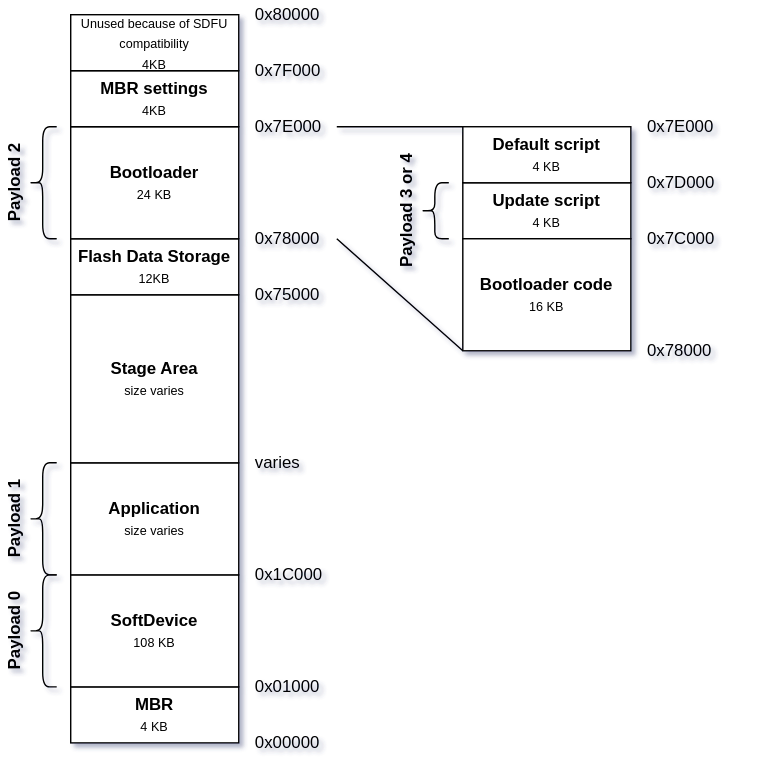
Before: nolobolo_s113_map.svg, a diagram exported from draw.io (doki-nordic/draw.io). Source tidied: cells renumbered, new cells last; positions are measured from the earlier drawing's top-left corner, leaving out a move shared by most shapes.
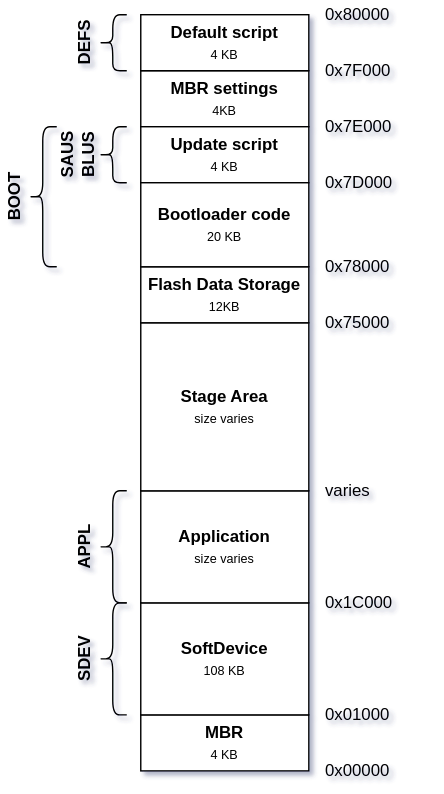
The same file after the commit.

What changed in the source:
```diff
@@ -17,11 +17,8 @@
     <mxCell id="6" value="&lt;b&gt;Flash Data Storage&lt;/b&gt;&lt;br&gt;&lt;font style=&quot;font-size: 9px&quot;&gt;12KB&lt;/font&gt;" style="rounded=0;whiteSpace=wrap;html=1;strokeWidth=1;perimeterSpacing=0;" parent="1" vertex="1">
       <mxGeometry x="50" y="170" width="120" height="40" as="geometry" />
     </mxCell>
-    <mxCell id="7" value="&lt;b&gt;Bootloader&lt;br&gt;&lt;/b&gt;&lt;font style=&quot;font-size: 9px&quot;&gt;24 KB&lt;/font&gt;" style="rounded=0;whiteSpace=wrap;html=1;strokeWidth=1;perimeterSpacing=0;" parent="1" vertex="1">
-      <mxGeometry x="50" y="90" width="120" height="80" as="geometry" />
-    </mxCell>
     <mxCell id="8" value="&lt;b&gt;MBR settings&lt;br&gt;&lt;/b&gt;&lt;font style=&quot;font-size: 9px&quot;&gt;4KB&lt;/font&gt;" style="rounded=0;whiteSpace=wrap;html=1;strokeWidth=1;perimeterSpacing=0;" parent="1" vertex="1">
-      <mxGeometry x="50" y="50" width="120" height="40" as="geometry" />
+      <mxGeometry x="50" y="30" width="120" height="40" as="geometry" />
     </mxCell>
     <mxCell id="9" style="shape=curlyBracket;whiteSpace=wrap;html=1;rounded=1;rotation=0;" parent="1" vertex="1">
       <mxGeometry x="20" y="410" width="20" height="80" as="geometry" />
@@ -30,16 +27,16 @@
       <mxGeometry x="20" y="330" width="20" height="80" as="geometry" />
     </mxCell>
     <mxCell id="11" style="shape=curlyBracket;whiteSpace=wrap;html=1;rounded=1;rotation=0;" parent="1" vertex="1">
-      <mxGeometry x="20" y="90" width="20" height="80" as="geometry" />
+      <mxGeometry x="-30" y="70" width="20" height="100" as="geometry" />
     </mxCell>
-    <mxCell id="12" value="Payload 0" style="text;html=1;strokeColor=none;fillColor=none;align=center;verticalAlign=middle;whiteSpace=wrap;rounded=0;horizontal=0;fontStyle=1;" parent="1" vertex="1">
+    <mxCell id="12" value="SDEV" style="text;html=1;strokeColor=none;fillColor=none;align=center;verticalAlign=middle;whiteSpace=wrap;rounded=0;horizontal=0;fontStyle=1;" parent="1" vertex="1">
       <mxGeometry y="410" width="20" height="80" as="geometry" />
     </mxCell>
-    <mxCell id="13" value="Payload 1" style="text;html=1;strokeColor=none;fillColor=none;align=center;verticalAlign=middle;whiteSpace=wrap;rounded=0;horizontal=0;fontStyle=1;" parent="1" vertex="1">
+    <mxCell id="13" value="APPL" style="text;html=1;strokeColor=none;fillColor=none;align=center;verticalAlign=middle;whiteSpace=wrap;rounded=0;horizontal=0;fontStyle=1;" parent="1" vertex="1">
       <mxGeometry y="330" width="20" height="80" as="geometry" />
     </mxCell>
-    <mxCell id="14" value="Payload 2" style="text;html=1;strokeColor=none;fillColor=none;align=center;verticalAlign=middle;whiteSpace=wrap;rounded=0;horizontal=0;fontStyle=1;" parent="1" vertex="1">
-      <mxGeometry y="90" width="20" height="80" as="geometry" />
+    <mxCell id="14" value="BOOT" style="text;html=1;strokeColor=none;fillColor=none;align=center;verticalAlign=middle;whiteSpace=wrap;rounded=0;horizontal=0;fontStyle=1;" parent="1" vertex="1">
+      <mxGeometry x="-50" y="70" width="20" height="100" as="geometry" />
     </mxCell>
     <mxCell id="15" value="0x00000" style="text;html=1;strokeColor=none;fillColor=none;align=left;verticalAlign=middle;whiteSpace=wrap;rounded=0;rotation=0;" parent="1" vertex="1">
       <mxGeometry x="180" y="520" width="60" height="20" as="geometry" />
@@ -54,55 +51,43 @@
       <mxGeometry x="180" y="400" width="60" height="20" as="geometry" />
     </mxCell>
     <mxCell id="19" value="varies" style="text;html=1;strokeColor=none;fillColor=none;align=left;verticalAlign=middle;whiteSpace=wrap;rounded=0;rotation=0;" parent="1" vertex="1">
-      <mxGeometry x="180" y="320" width="120" height="20" as="geometry" />
+      <mxGeometry x="180" y="320" width="60" height="20" as="geometry" />
     </mxCell>
     <mxCell id="20" value="0x75000" style="text;html=1;strokeColor=none;fillColor=none;align=left;verticalAlign=middle;whiteSpace=wrap;rounded=0;rotation=0;" parent="1" vertex="1">
       <mxGeometry x="180" y="200" width="60" height="20" as="geometry" />
     </mxCell>
     <mxCell id="21" style="shape=curlyBracket;whiteSpace=wrap;html=1;rounded=1;rotation=0;" parent="1" vertex="1">
-      <mxGeometry x="300" y="130" width="20" height="40" as="geometry" />
+      <mxGeometry x="20" y="70" width="20" height="40" as="geometry" />
     </mxCell>
-    <mxCell id="22" value="Payload 3 or 4" style="text;html=1;strokeColor=none;fillColor=none;align=center;verticalAlign=middle;whiteSpace=wrap;rounded=0;horizontal=0;fontStyle=1;" parent="1" vertex="1">
-      <mxGeometry x="280" y="100" width="20" height="100" as="geometry" />
+    <mxCell id="22" value="SAUS BLUS" style="text;html=1;strokeColor=none;fillColor=none;align=center;verticalAlign=middle;whiteSpace=wrap;rounded=0;horizontal=0;fontStyle=1;" parent="1" vertex="1">
+      <mxGeometry x="-10" y="70" width="30" height="40" as="geometry" />
     </mxCell>
     <mxCell id="23" value="&lt;b&gt;Update script&lt;br&gt;&lt;/b&gt;&lt;font style=&quot;font-size: 9px&quot;&gt;4 KB&lt;/font&gt;" style="rounded=0;whiteSpace=wrap;html=1;strokeWidth=1;perimeterSpacing=0;" parent="1" vertex="1">
-      <mxGeometry x="330" y="130" width="120" height="40" as="geometry" />
+      <mxGeometry x="50" y="70" width="120" height="40" as="geometry" />
     </mxCell>
-    <mxCell id="24" value="&lt;b&gt;Bootloader code&lt;br&gt;&lt;/b&gt;&lt;font style=&quot;font-size: 9px&quot;&gt;16 KB&lt;/font&gt;" style="rounded=0;whiteSpace=wrap;html=1;strokeWidth=1;perimeterSpacing=0;" parent="1" vertex="1">
-      <mxGeometry x="330" y="170" width="120" height="80" as="geometry" />
+    <mxCell id="24" value="&lt;b&gt;Bootloader code&lt;br&gt;&lt;/b&gt;&lt;font style=&quot;font-size: 9px&quot;&gt;20 KB&lt;/font&gt;" style="rounded=0;whiteSpace=wrap;html=1;strokeWidth=1;perimeterSpacing=0;" parent="1" vertex="1">
+      <mxGeometry x="50" y="110" width="120" height="60" as="geometry" />
     </mxCell>
     <mxCell id="25" value="&lt;b&gt;Default script&lt;br&gt;&lt;/b&gt;&lt;font style=&quot;font-size: 9px&quot;&gt;4 KB&lt;/font&gt;" style="rounded=0;whiteSpace=wrap;html=1;strokeWidth=1;perimeterSpacing=0;" parent="1" vertex="1">
-      <mxGeometry x="330" y="90" width="120" height="40" as="geometry" />
+      <mxGeometry x="50" y="-10" width="120" height="40" as="geometry" />
     </mxCell>
-    <mxCell id="26" style="endArrow=none;html=1;entryX=1;entryY=0.5;entryDx=0;entryDy=0;exitX=0;exitY=1;exitDx=0;exitDy=0;" parent="1" edge="1" source="24" target="17">
-      <mxGeometry relative="1" as="geometry" />
-    </mxCell>
-    <mxCell id="27" style="endArrow=none;html=1;exitX=0;exitY=0;exitDx=0;exitDy=0;entryX=1;entryY=0.5;entryDx=0;entryDy=0;" parent="1" edge="1" source="25" target="29">
-      <mxGeometry relative="1" as="geometry" />
-    </mxCell>
     <mxCell id="28" value="0x7F000" style="text;html=1;strokeColor=none;fillColor=none;align=left;verticalAlign=middle;whiteSpace=wrap;rounded=0;rotation=0;" parent="1" vertex="1">
-      <mxGeometry x="180" y="40" width="60" height="20" as="geometry" />
+      <mxGeometry x="180" y="20" width="60" height="20" as="geometry" />
     </mxCell>
     <mxCell id="29" value="0x7E000" style="text;html=1;strokeColor=none;fillColor=none;align=left;verticalAlign=middle;whiteSpace=wrap;rounded=0;rotation=0;" parent="1" vertex="1">
-      <mxGeometry x="180" y="80" width="60" height="20" as="geometry" />
+      <mxGeometry x="180" y="60" width="60" height="20" as="geometry" />
     </mxCell>
-    <mxCell id="30" value="0x7C000" style="text;html=1;strokeColor=none;fillColor=none;align=left;verticalAlign=middle;whiteSpace=wrap;rounded=0;rotation=0;" parent="1" vertex="1">
-      <mxGeometry x="460" y="160" width="80" height="20" as="geometry" />
-    </mxCell>
     <mxCell id="31" value="0x7D000" style="text;html=1;strokeColor=none;fillColor=none;align=left;verticalAlign=middle;whiteSpace=wrap;rounded=0;rotation=0;" parent="1" vertex="1">
-      <mxGeometry x="460" y="120" width="80" height="20" as="geometry" />
+      <mxGeometry x="180" y="100" width="80" height="20" as="geometry" />
     </mxCell>
-    <mxCell id="32" value="0x78000" style="text;html=1;strokeColor=none;fillColor=none;align=left;verticalAlign=middle;whiteSpace=wrap;rounded=0;rotation=0;" parent="1" vertex="1">
-      <mxGeometry x="460" y="240" width="60" height="20" as="geometry" />
-    </mxCell>
-    <mxCell id="33" value="0x7E000" style="text;html=1;strokeColor=none;fillColor=none;align=left;verticalAlign=middle;whiteSpace=wrap;rounded=0;rotation=0;" parent="1" vertex="1">
-      <mxGeometry x="460" y="80" width="60" height="20" as="geometry" />
-    </mxCell>
     <mxCell id="34" value="0x80000" style="text;html=1;strokeColor=none;fillColor=none;align=left;verticalAlign=middle;whiteSpace=wrap;rounded=0;rotation=0;" parent="1" vertex="1">
-      <mxGeometry x="180" width="60" height="20" as="geometry" />
+      <mxGeometry x="180" y="-20" width="60" height="20" as="geometry" />
     </mxCell>
-    <mxCell id="35" value="&lt;font style=&quot;font-size: 9px&quot;&gt;Unused because of SDFU compatibility&lt;br&gt;4KB&lt;/font&gt;" style="rounded=0;whiteSpace=wrap;html=1;strokeWidth=1;perimeterSpacing=0;" parent="1" vertex="1">
-      <mxGeometry x="50" y="10" width="120" height="40" as="geometry" />
-    </mxCell>
+    <mxCell id="36" style="shape=curlyBracket;whiteSpace=wrap;html=1;rounded=1;rotation=0;" parent="1" vertex="1">
+      <mxGeometry x="20" y="-10" width="20" height="40" as="geometry" />
+    </mxCell>
+    <mxCell id="37" value="DEFS" style="text;html=1;strokeColor=none;fillColor=none;align=center;verticalAlign=middle;whiteSpace=wrap;rounded=0;horizontal=0;fontStyle=1;" parent="1" vertex="1">
+      <mxGeometry y="-10" width="20" height="40" as="geometry" />
+    </mxCell>
   </root>
 </mxGraphModel>
```
